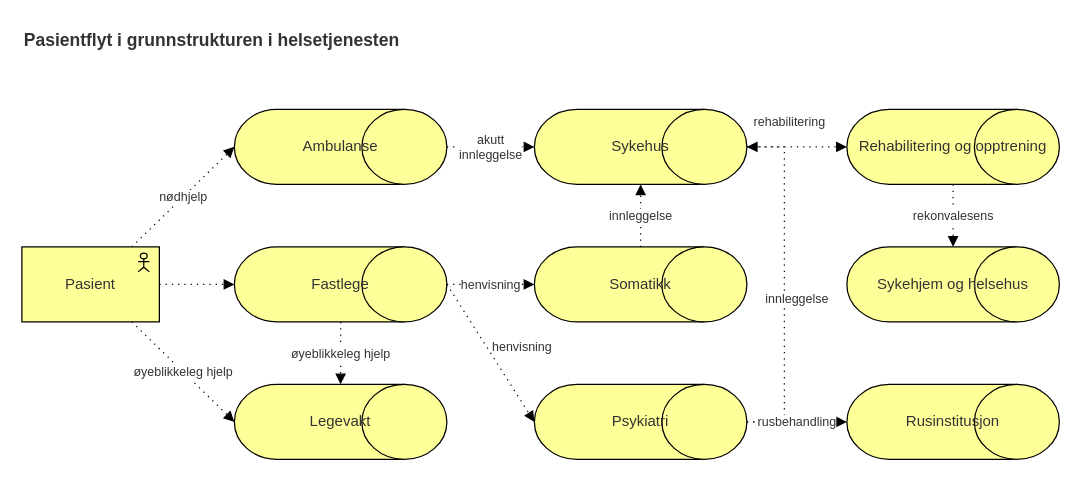
The draw.io diagram docs/business/prosess.drawio in hdir/Digital-Forstelinje, before the edit. Source tidied: cells renumbered, new cells numbered last; positions are measured from the earlier drawing's top-left corner, leaving out a move shared by most shapes. Both pictures are drawn from the tidied source at 125%, with x=0, y=0 at pixel (21, 21).
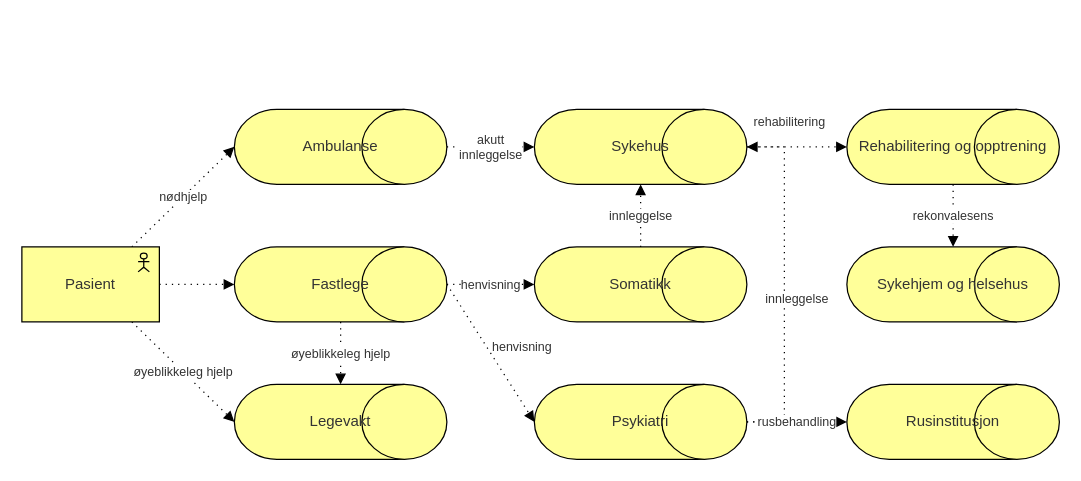
The same diagram, later.

The edit, as a diff of the source:
```diff
@@
-    <mxCell id="2" value="Pasientflyt i grunnstrukturen i helsetjenesten" style="text;html=1;align=left;verticalAlign=middle;fontSize=14;fontStyle=1;fontColor=#333333;" parent="1" vertex="1">
-      <mxGeometry width="420" height="30" as="geometry" />
-    </mxCell>
```
